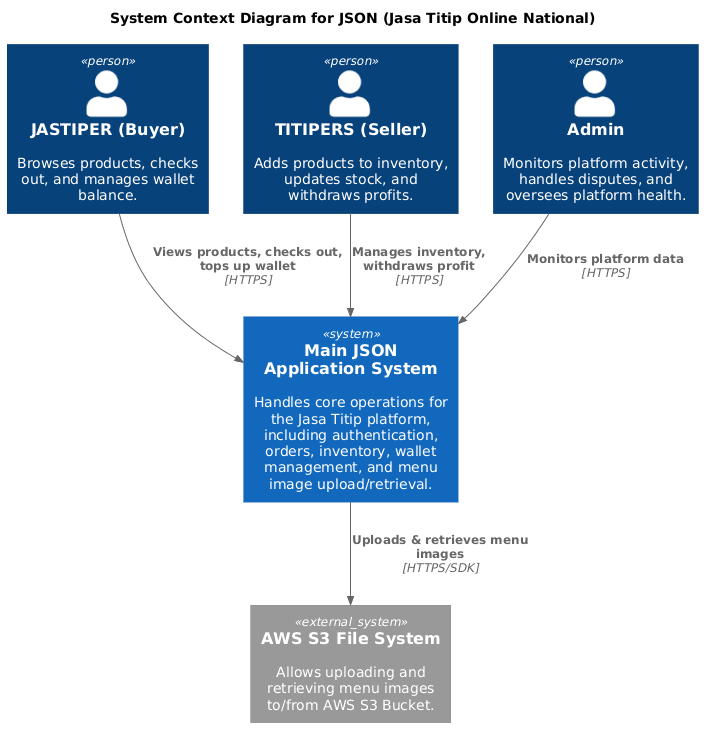
Before: profile/future_context_diagram.png, a diagram exported from PlantUML (advprog-2026-B18-project/.github).
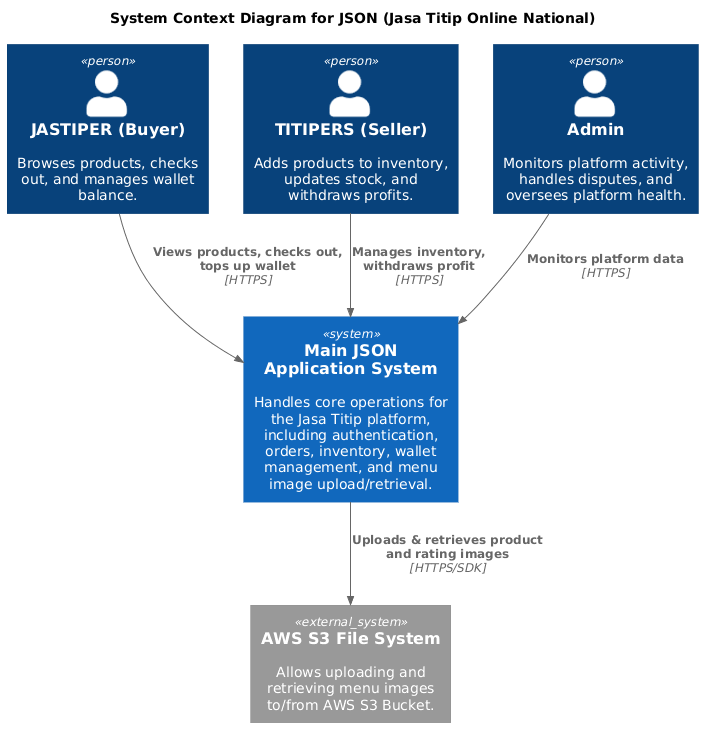
Above is the later version.

Diff of the diagram source:
```diff
@@ -7,13 +7,12 @@
 Person(titipers, "TITIPERS (Seller)", "Adds products to inventory, updates stock, and withdraws profits.")
 Person(admin, "Admin", "Monitors platform activity, handles disputes, and oversees platform health.")
 
-System(jsonSystem, "Main JSON Application System", "Handles core operations for the Jasa Titip platform, including authentication, orders, inventory, wallet management, and menu image upload/retrieval.")
+System(json_app, "Main JSON Application System", "Handles core operations for the Jasa Titip platform, including authentication, orders, inventory, wallet management, and menu image upload/retrieval.")
 
-System_Ext(aws_s3, "AWS S3 File System", "Allows uploading and retrieving menu images to/from AWS S3 Bucket.")
+System_Ext(s3, "AWS S3 File System", "Allows uploading and retrieving menu images to/from AWS S3 Bucket.")
 
-Rel(jastiper, jsonSystem, "Views products, checks out, tops up wallet", "HTTPS")
-Rel(titipers, jsonSystem, "Manages inventory, withdraws profit", "HTTPS")
-Rel(admin, jsonSystem, "Monitors platform data", "HTTPS")
-
-Rel(jsonSystem, aws_s3, "Uploads & retrieves menu images", "HTTPS/SDK")
+Rel(jastiper, json_app, "Views products, checks out, tops up wallet", "HTTPS")
+Rel(titipers, json_app, "Manages inventory, withdraws profit", "HTTPS")
+Rel(admin, json_app, "Monitors platform data", "HTTPS")
+Rel(json_app, s3, "Uploads & retrieves product and rating images", "HTTPS/SDK")
 @enduml
```
